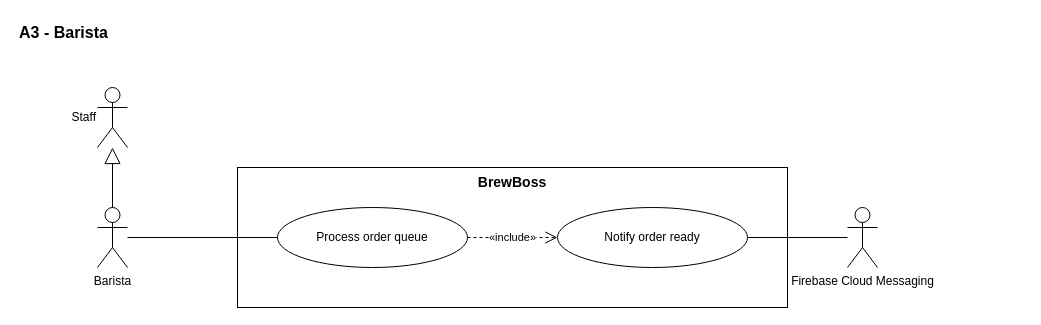
huytran303/project-prm393 keeps this draw.io diagram as page "A3 Barista" (3 of 6) of diagrams/use-case-by-actor.drawio. Above is the earlier version. Source tidied: cells renumbered, new cells numbered last; positions are measured from the earlier drawing's top-left corner, leaving out a move shared by most shapes. Both pictures are drawn from the tidied source at 100%, with x=0, y=0 at pixel (17, 17).
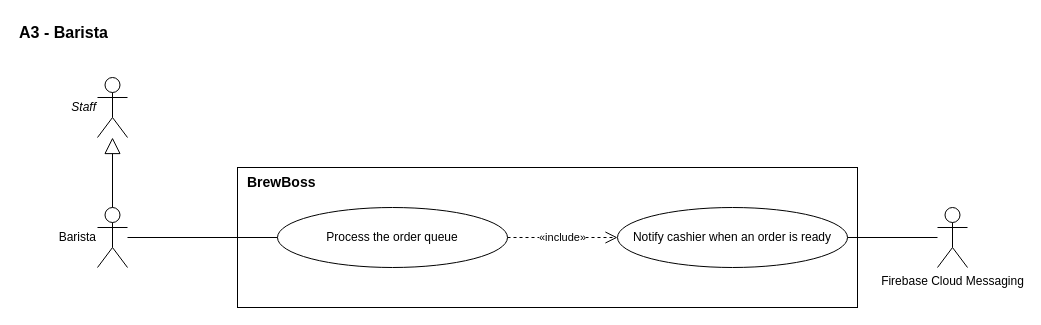
The same page after the edit.

The edit, as a diff of the source:
```diff
@@
 <mxGraphModel>
   <root>
     <mxCell id="0" />
     <mxCell id="1" parent="0" />
     <mxCell id="2" value="A3 - Barista" style="text;html=1;align=left;verticalAlign=middle;fontStyle=1;fontSize=16;" parent="1" vertex="1">
       <mxGeometry width="700" height="30" as="geometry" />
     </mxCell>
-    <mxCell id="3" value="BrewBoss" style="rounded=0;whiteSpace=wrap;html=1;fillColor=none;verticalAlign=top;fontStyle=1;fontSize=14;" parent="1" vertex="1">
-      <mxGeometry x="220" y="150" width="550" height="140" as="geometry" />
+    <mxCell id="3" value="BrewBoss" style="rounded=0;whiteSpace=wrap;html=1;fillColor=none;verticalAlign=top;align=left;spacingLeft=8;fontStyle=1;fontSize=14;" parent="1" vertex="1">
+      <mxGeometry x="220" y="150" width="620" height="140" as="geometry" />
     </mxCell>
+    <mxCell id="11" value="Staff" style="shape=umlActor;labelPosition=left;verticalLabelPosition=middle;align=right;verticalAlign=middle;html=1;outlineConnect=0;fillColor=#ffffff;fontStyle=2;" parent="1" vertex="1">
+      <mxGeometry x="80" y="60" width="30" height="60" as="geometry" />
+    </mxCell>
+    <mxCell id="6" value="Barista" style="shape=umlActor;labelPosition=left;verticalLabelPosition=middle;align=right;verticalAlign=middle;html=1;outlineConnect=0;fillColor=#ffffff;" parent="1" vertex="1">
+      <mxGeometry x="80" y="190" width="30" height="60" as="geometry" />
+    </mxCell>
+    <mxCell id="9" style="endArrow=block;endFill=0;endSize=14;html=1;rounded=0;" parent="1" edge="1" source="6" target="11">
+      <mxGeometry relative="1" as="geometry" />
+    </mxCell>
-    <mxCell id="4" value="Process order queue" style="ellipse;whiteSpace=wrap;html=1;fillColor=#ffffff;fontSize=12;" parent="1" vertex="1">
-      <mxGeometry x="260" y="190" width="190" height="60" as="geometry" />
+    <mxCell id="4" value="Process the order queue" style="ellipse;whiteSpace=wrap;html=1;fillColor=#ffffff;fontSize=12;" parent="1" vertex="1">
+      <mxGeometry x="260" y="190" width="230" height="60" as="geometry" />
     </mxCell>
-    <mxCell id="5" value="Notify order ready" style="ellipse;whiteSpace=wrap;html=1;fillColor=#ffffff;fontSize=12;" parent="1" vertex="1">
-      <mxGeometry x="540" y="190" width="190" height="60" as="geometry" />
+    <mxCell id="5" value="Notify cashier when an order is ready" style="ellipse;whiteSpace=wrap;html=1;fillColor=#ffffff;fontSize=12;" parent="1" vertex="1">
+      <mxGeometry x="600" y="190" width="230" height="60" as="geometry" />
     </mxCell>
-    <mxCell id="6" value="Barista" style="shape=umlActor;verticalLabelPosition=bottom;verticalAlign=top;html=1;outlineConnect=0;fillColor=#ffffff;" parent="1" vertex="1">
-      <mxGeometry x="80" y="190" width="30" height="60" as="geometry" />
-    </mxCell>
+    <mxCell id="10" style="endArrow=none;html=1;rounded=0;entryX=0;entryY=0.5;entryDx=0;entryDy=0;" parent="1" edge="1" source="6" target="4">
+      <mxGeometry relative="1" as="geometry" />
+    </mxCell>
+    <mxCell id="13" value="«include»" style="dashed=1;endArrow=open;endFill=0;endSize=10;html=1;rounded=0;fontSize=11;labelBackgroundColor=#ffffff;" parent="1" edge="1" source="4" target="5">
+      <mxGeometry relative="1" as="geometry" />
+    </mxCell>
     <mxCell id="7" value="Firebase Cloud Messaging" style="shape=umlActor;verticalLabelPosition=bottom;verticalAlign=top;html=1;outlineConnect=0;fillColor=#ffffff;" parent="1" vertex="1">
-      <mxGeometry x="830" y="190" width="30" height="60" as="geometry" />
+      <mxGeometry x="920" y="190" width="30" height="60" as="geometry" />
     </mxCell>
-    <mxCell id="8" style="endArrow=none;html=1;rounded=0;entryX=0;entryY=0.5;entryDx=0;entryDy=0;" parent="1" edge="1" source="6" target="4">
-      <mxGeometry relative="1" as="geometry" />
-    </mxCell>
-    <mxCell id="9" style="endArrow=none;html=1;rounded=0;exitX=1;exitY=0.5;exitDx=0;exitDy=0;" parent="1" edge="1" source="5" target="7">
-      <mxGeometry relative="1" as="geometry" />
-    </mxCell>
-    <mxCell id="10" value="«include»" style="dashed=1;endArrow=open;endFill=0;endSize=10;html=1;rounded=0;fontSize=11;labelBackgroundColor=#ffffff;entryX=0;entryY=0.5;entryDx=0;entryDy=0;" parent="1" edge="1" source="4" target="5">
-      <mxGeometry relative="1" as="geometry" />
-    </mxCell>
-    <mxCell id="11" value="Staff" style="shape=umlActor;labelPosition=left;verticalLabelPosition=middle;align=right;verticalAlign=middle;html=1;outlineConnect=0;fillColor=#ffffff;" parent="1" vertex="1">
-      <mxGeometry x="80" y="70" width="30" height="60" as="geometry" />
-    </mxCell>
-    <mxCell id="12" style="endArrow=block;endFill=0;endSize=14;html=1;rounded=0;" parent="1" edge="1" source="6" target="11">
-      <mxGeometry relative="1" as="geometry" />
-    </mxCell>
+    <mxCell id="14" style="endArrow=none;html=1;rounded=0;exitX=1;exitY=0.5;exitDx=0;exitDy=0;" parent="1" edge="1" source="5" target="7">
+      <mxGeometry relative="1" as="geometry" />
+    </mxCell>
   </root>
 </mxGraphModel>
```
